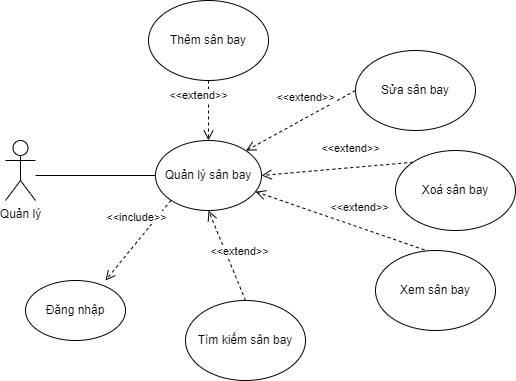
Above: Báo Cáo/Diagram/Usecase/Usecase_SanBay.drawio.png in Kindaichicao/plane-ticket (draw.io), before the change. Source tidied: cells renumbered, new cells last; positions are measured from the earlier drawing's top-left corner, leaving out a move shared by most shapes. Source of this version:
```xml
<mxGraphModel>
  <root>
    <mxCell id="0" />
    <mxCell id="1" parent="0" />
    <mxCell id="2" value="Quản lý" style="shape=umlActor;verticalLabelPosition=bottom;verticalAlign=top;html=1;" parent="1" vertex="1">
      <mxGeometry y="140" width="30" height="60" as="geometry" />
    </mxCell>
    <mxCell id="3" value="Đăng nhập" style="ellipse;whiteSpace=wrap;html=1;" parent="1" vertex="1">
      <mxGeometry x="20" y="280" width="100" height="60" as="geometry" />
    </mxCell>
    <mxCell id="4" style="endArrow=none;html=1;rounded=0;entryX=0;entryY=0.5;entryDx=0;entryDy=0;" parent="1" edge="1" target="5">
      <mxGeometry relative="1" as="geometry">
        <mxPoint x="30" y="175" as="sourcePoint" />
      </mxGeometry>
    </mxCell>
    <mxCell id="5" value="Quản lý sân bay" style="ellipse;whiteSpace=wrap;html=1;" parent="1" vertex="1">
      <mxGeometry x="150" y="140" width="106" height="70" as="geometry" />
    </mxCell>
    <mxCell id="6" value="Xoá sân bay" style="ellipse;whiteSpace=wrap;html=1;" parent="1" vertex="1">
      <mxGeometry x="390" y="150" width="120" height="80" as="geometry" />
    </mxCell>
    <mxCell id="7" value="Sửa sân bay" style="ellipse;whiteSpace=wrap;html=1;" parent="1" vertex="1">
      <mxGeometry x="350" y="50" width="120" height="80" as="geometry" />
    </mxCell>
    <mxCell id="8" value="Xem sân bay" style="ellipse;whiteSpace=wrap;html=1;" parent="1" vertex="1">
      <mxGeometry x="370" y="250" width="120" height="80" as="geometry" />
    </mxCell>
    <mxCell id="9" value="Tìm kiếm sân bay" style="ellipse;whiteSpace=wrap;html=1;" parent="1" vertex="1">
      <mxGeometry x="180" y="300" width="120" height="80" as="geometry" />
    </mxCell>
    <mxCell id="10" value="&amp;lt;&amp;lt;include&amp;gt;&amp;gt;" style="html=1;verticalAlign=bottom;endArrow=open;dashed=1;endSize=8;rounded=0;exitX=0;exitY=1;exitDx=0;exitDy=0;" parent="1" edge="1" source="5">
      <mxGeometry x="-0.19" y="-10" relative="1" as="geometry">
        <mxPoint x="100" y="280" as="targetPoint" />
      </mxGeometry>
    </mxCell>
    <mxCell id="11" value="Thêm sân bay" style="ellipse;whiteSpace=wrap;html=1;" parent="1" vertex="1">
      <mxGeometry x="143" width="120" height="80" as="geometry" />
    </mxCell>
    <mxCell id="12" value="&amp;lt;&amp;lt;extend&amp;gt;&amp;gt;" style="html=1;verticalAlign=bottom;endArrow=open;dashed=1;endSize=8;rounded=0;exitX=0.5;exitY=0;exitDx=0;exitDy=0;entryX=0.5;entryY=1;entryDx=0;entryDy=0;" parent="1" edge="1" source="9" target="5">
      <mxGeometry x="-0.19" y="-10" relative="1" as="geometry" />
    </mxCell>
    <mxCell id="13" value="&amp;lt;&amp;lt;extend&amp;gt;&amp;gt;" style="html=1;verticalAlign=bottom;endArrow=open;dashed=1;endSize=8;rounded=0;exitX=0.408;exitY=-0.008;exitDx=0;exitDy=0;exitPerimeter=0;" parent="1" edge="1" source="8" target="5">
      <mxGeometry x="-0.19" y="-10" relative="1" as="geometry" />
    </mxCell>
    <mxCell id="14" value="&amp;lt;&amp;lt;extend&amp;gt;&amp;gt;" style="html=1;verticalAlign=bottom;endArrow=open;dashed=1;endSize=8;rounded=0;exitX=0;exitY=0;exitDx=0;exitDy=0;entryX=1;entryY=0.5;entryDx=0;entryDy=0;" parent="1" edge="1" source="6" target="5">
      <mxGeometry x="-0.19" y="-10" relative="1" as="geometry" />
    </mxCell>
    <mxCell id="15" value="&amp;lt;&amp;lt;extend&amp;gt;&amp;gt;" style="html=1;verticalAlign=bottom;endArrow=open;dashed=1;endSize=8;rounded=0;exitX=0;exitY=0.5;exitDx=0;exitDy=0;entryX=1;entryY=0;entryDx=0;entryDy=0;" parent="1" edge="1" source="7" target="5">
      <mxGeometry x="-0.19" y="-10" relative="1" as="geometry" />
    </mxCell>
    <mxCell id="16" value="&amp;lt;&amp;lt;extend&amp;gt;&amp;gt;" style="html=1;verticalAlign=bottom;endArrow=open;dashed=1;endSize=8;rounded=0;exitX=0.5;exitY=1;exitDx=0;exitDy=0;entryX=0.5;entryY=0;entryDx=0;entryDy=0;" parent="1" edge="1" source="11" target="5">
      <mxGeometry x="-0.19" y="-10" relative="1" as="geometry" />
    </mxCell>
    <mxCell id="17" style="edgeStyle=orthogonalEdgeStyle;rounded=0;orthogonalLoop=1;jettySize=auto;html=1;exitX=0.5;exitY=1;exitDx=0;exitDy=0;" parent="1" edge="1" source="3" target="3">
      <mxGeometry relative="1" as="geometry" />
    </mxCell>
  </root>
</mxGraphModel>
```
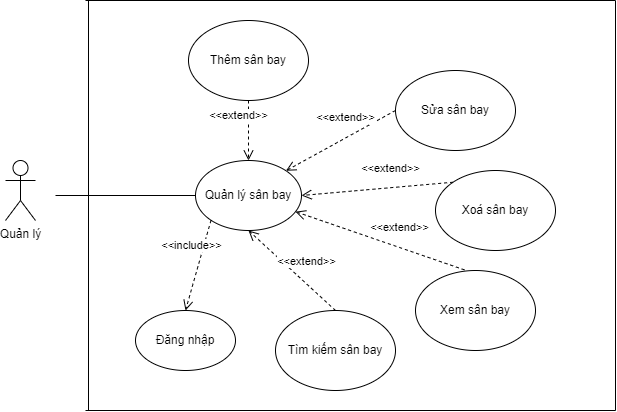
The same diagram one commit later.

Diff of the diagram source:
```diff
@@ -3,14 +3,14 @@
     <mxCell id="0" />
     <mxCell id="1" parent="0" />
     <mxCell id="2" value="Quản lý" style="shape=umlActor;verticalLabelPosition=bottom;verticalAlign=top;html=1;" parent="1" vertex="1">
-      <mxGeometry y="140" width="30" height="60" as="geometry" />
+      <mxGeometry x="-40" y="140" width="30" height="60" as="geometry" />
     </mxCell>
     <mxCell id="3" value="Đăng nhập" style="ellipse;whiteSpace=wrap;html=1;" parent="1" vertex="1">
-      <mxGeometry x="20" y="280" width="100" height="60" as="geometry" />
+      <mxGeometry x="90" y="290" width="100" height="60" as="geometry" />
     </mxCell>
     <mxCell id="4" style="endArrow=none;html=1;rounded=0;entryX=0;entryY=0.5;entryDx=0;entryDy=0;" parent="1" edge="1" target="5">
       <mxGeometry relative="1" as="geometry">
-        <mxPoint x="30" y="175" as="sourcePoint" />
+        <mxPoint x="10" y="175" as="sourcePoint" />
       </mxGeometry>
     </mxCell>
     <mxCell id="5" value="Quản lý sân bay" style="ellipse;whiteSpace=wrap;html=1;" parent="1" vertex="1">
@@ -26,12 +26,10 @@
       <mxGeometry x="370" y="250" width="120" height="80" as="geometry" />
     </mxCell>
     <mxCell id="9" value="Tìm kiếm sân bay" style="ellipse;whiteSpace=wrap;html=1;" parent="1" vertex="1">
-      <mxGeometry x="180" y="300" width="120" height="80" as="geometry" />
+      <mxGeometry x="230" y="290" width="120" height="80" as="geometry" />
     </mxCell>
-    <mxCell id="10" value="&amp;lt;&amp;lt;include&amp;gt;&amp;gt;" style="html=1;verticalAlign=bottom;endArrow=open;dashed=1;endSize=8;rounded=0;exitX=0;exitY=1;exitDx=0;exitDy=0;" parent="1" edge="1" source="5">
-      <mxGeometry x="-0.19" y="-10" relative="1" as="geometry">
-        <mxPoint x="100" y="280" as="targetPoint" />
-      </mxGeometry>
+    <mxCell id="10" value="&amp;lt;&amp;lt;include&amp;gt;&amp;gt;" style="html=1;verticalAlign=bottom;endArrow=open;dashed=1;endSize=8;rounded=0;exitX=0;exitY=1;exitDx=0;exitDy=0;entryX=0.5;entryY=0;entryDx=0;entryDy=0;" parent="1" edge="1" source="5" target="3">
+      <mxGeometry x="-0.19" y="-10" relative="1" as="geometry" />
     </mxCell>
     <mxCell id="11" value="Thêm sân bay" style="ellipse;whiteSpace=wrap;html=1;" parent="1" vertex="1">
       <mxGeometry x="143" width="120" height="80" as="geometry" />
@@ -54,5 +52,29 @@
     <mxCell id="17" style="edgeStyle=orthogonalEdgeStyle;rounded=0;orthogonalLoop=1;jettySize=auto;html=1;exitX=0.5;exitY=1;exitDx=0;exitDy=0;" parent="1" edge="1" source="3" target="3">
       <mxGeometry relative="1" as="geometry" />
     </mxCell>
+    <mxCell id="18" style="endArrow=none;html=1;rounded=1;sketch=0;curved=0;" parent="1" edge="1">
+      <mxGeometry relative="1" as="geometry">
+        <mxPoint x="43" y="390" as="sourcePoint" />
+        <mxPoint x="43" y="-20" as="targetPoint" />
+      </mxGeometry>
+    </mxCell>
+    <mxCell id="19" style="endArrow=none;html=1;rounded=1;sketch=0;curved=0;" parent="1" edge="1">
+      <mxGeometry relative="1" as="geometry">
+        <mxPoint x="40" y="-20" as="sourcePoint" />
+        <mxPoint x="570" y="-20" as="targetPoint" />
+      </mxGeometry>
+    </mxCell>
+    <mxCell id="20" style="endArrow=none;html=1;rounded=1;sketch=0;curved=0;" parent="1" edge="1">
+      <mxGeometry relative="1" as="geometry">
+        <mxPoint x="40" y="390" as="sourcePoint" />
+        <mxPoint x="570" y="390" as="targetPoint" />
+      </mxGeometry>
+    </mxCell>
+    <mxCell id="21" style="endArrow=none;html=1;rounded=1;sketch=0;curved=0;" parent="1" edge="1">
+      <mxGeometry relative="1" as="geometry">
+        <mxPoint x="570" y="390" as="sourcePoint" />
+        <mxPoint x="570" y="-20" as="targetPoint" />
+      </mxGeometry>
+    </mxCell>
   </root>
 </mxGraphModel>
```
